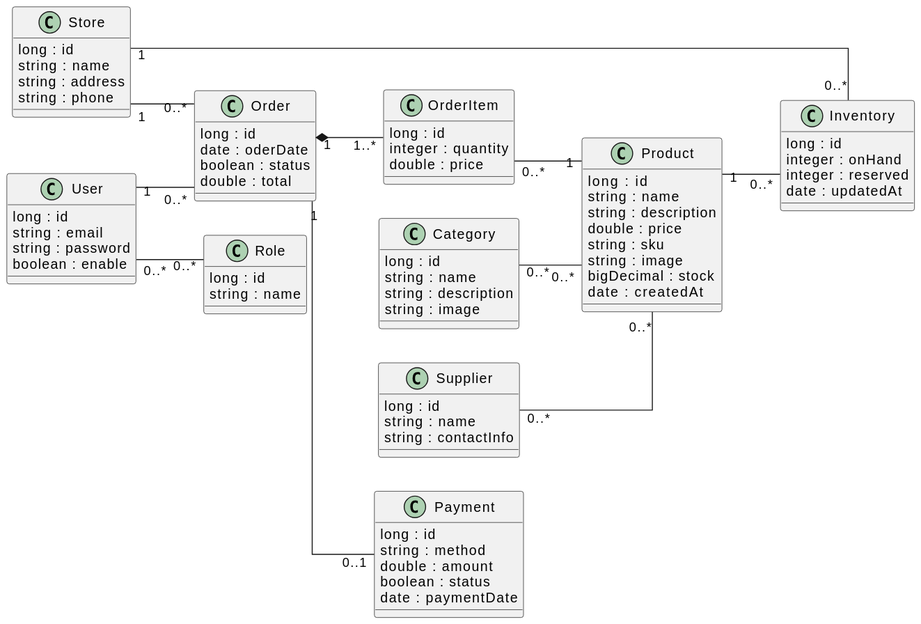
Above: docs/diagrams/uml-diagram.svg in code-felipe/stock-flow (PlantUML), before the change.
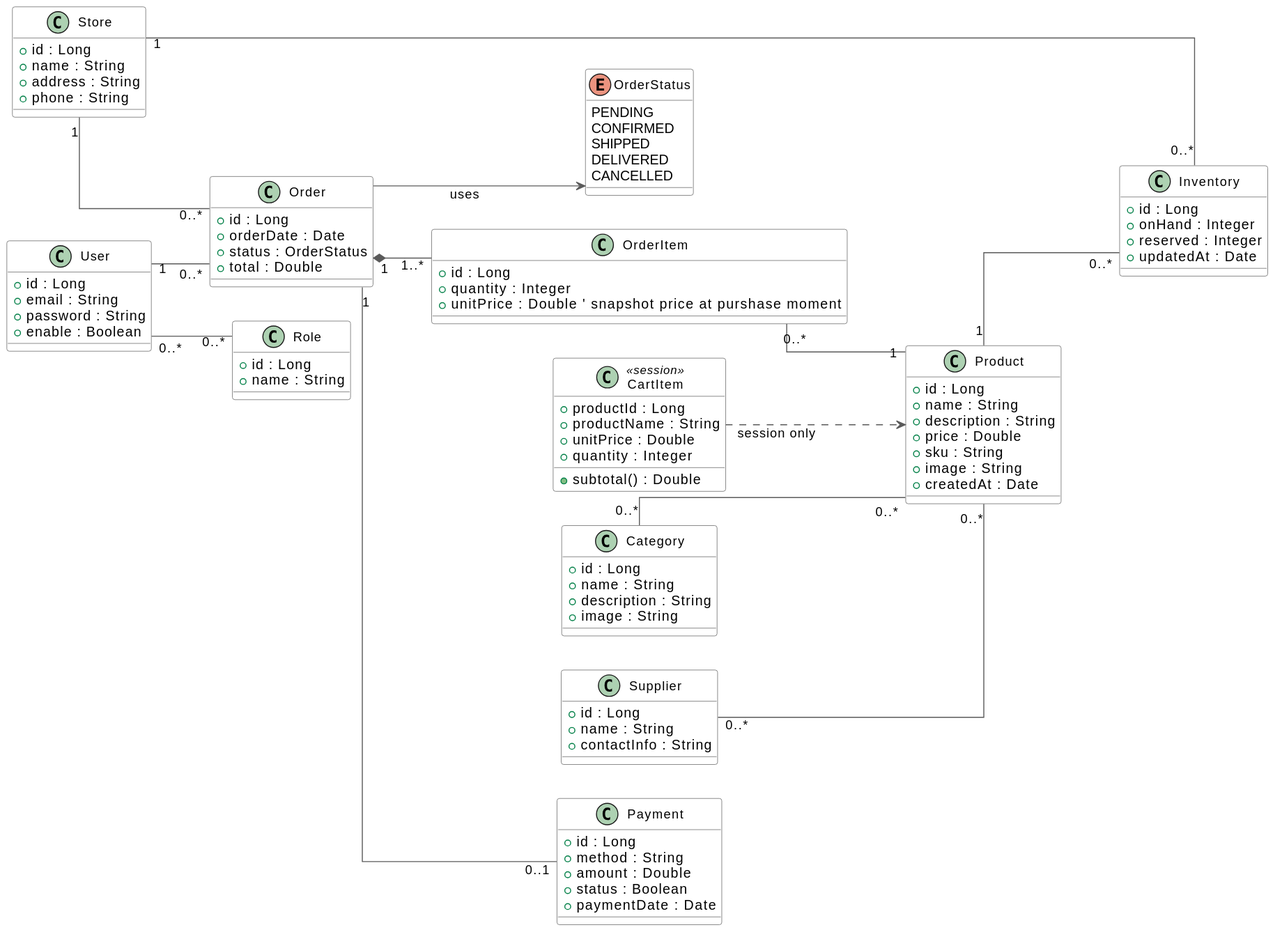
The same file after the commit.

Commit message:
chore: Modified uml diagram. Add CartItem and Cart session models - session management

What changed in the source:
```diff
@@ -1,97 +1,118 @@
 @startuml
-
 left to right direction
 skinparam linetype ortho
-
-class Product{
-  long :  id
-  string : name
-  string : description
-  double : price
-  string : sku
-  string : image
-  bigDecimal : stock
-  date :  createdAt
+skinparam class {
+  BackgroundColor White
+  BorderColor #5A5A5A
+  ArrowColor #5A5A5A
+  FontName Arial
+  FontSize 13
+}
+skinparam enum {
+  BackgroundColor #FFF8E1
+  BorderColor #F9A825
+  FontName Arial
+  FontSize 13
 }
 
-class Category{
-  long : id
-  string : name
-  string : description
-  string : image
+enum OrderStatus {
+  PENDING
+  CONFIRMED
+  SHIPPED
+  DELIVERED
+  CANCELLED
 }
 
-class User{
-  long : id
-  string : email
-  string : password
-  boolean : enable
+class CartItem <<session>> {
+  + productId : Long
+  + productName : String
+  + unitPrice : Double
+  + quantity : Integer
+  + subtotal() : Double
 }
 
-class Role{
-  long : id
-  string : name
+class Product {
+  + id : Long
+  + name : String
+  + description : String
+  + price : Double
+  + sku : String
+  + image : String
+  + createdAt : Date
 }
 
-class Order{
-  long : id
-  date : oderDate
-  boolean : status
-  double : total
+class Category {
+  + id : Long
+  + name : String
+  + description : String
+  + image : String
 }
 
-class OrderItem{
-  long : id
-  integer : quantity
-  double : price
+class User {
+  + id : Long
+  + email : String
+  + password : String
+  + enable : Boolean
 }
 
-class Store{
-  long : id
-  string : name
-  string : address
-  string : phone
+class Role {
+  + id : Long
+  + name : String
 }
 
-class Payment{
-  long : id
-  string : method
-  double : amount
-  boolean : status
-  date : paymentDate
+class Order {
+  + id : Long
+  + orderDate : Date
+  + status : OrderStatus
+  + total : Double
 }
 
-class Supplier{
-  long : id
-  string : name
-  string : contactInfo
+class OrderItem {
+  + id : Long
+  + quantity : Integer
+  + unitPrice : Double   ' snapshot price at purshase moment
 }
 
-class Inventory{
-  long : id
-  integer : onHand
-  integer : reserved
-  date : updatedAt
+class Store {
+  + id : Long
+  + name : String
+  + address : String
+  + phone : String
 }
 
+class Payment {
+  + id : Long
+  + method : String
+  + amount : Double
+  + status : Boolean
+  + paymentDate : Date
+}
+
+class Supplier {
+  + id : Long
+  + name : String
+  + contactInfo : String
+}
+
+class Inventory {
+  + id : Long
+  + onHand : Integer
+  + reserved : Integer
+  + updatedAt : Date
+}
 
 Category "0..*" -- "0..*" Product
+User     "0..*" -- "0..*" Role
+User     "1"    -- "0..*" Order
+Store    "1"    -- "0..*" Order
+Order    "1"    *-- "1..*" OrderItem
+OrderItem "0..*" --  "1"  Product
+Order    "1"    --  "0..1" Payment
+Supplier "0..*" -- "0..*" Product
+Store    "1"    -- "0..*" Inventory
+Product  "1"    -- "0..*" Inventory
 
-User "0..*" -- "0..*" Role
+Order --> OrderStatus : uses
 
-User "1" -- "0..*" Order
-
-Store "1" -- "0..*" Order
-
-Order "1" *-- "1..*" OrderItem
-
-OrderItem "0..*" -- "1" Product
-
-Order "1" -- "0..1" Payment
-
-Supplier "0..*" -- "0..*" Product
-
-
-Store "1" -- "0..*" Inventory
-Product "1" -- "0..*" Inventory
+CartItem ..> Product : session only
 @enduml
```
